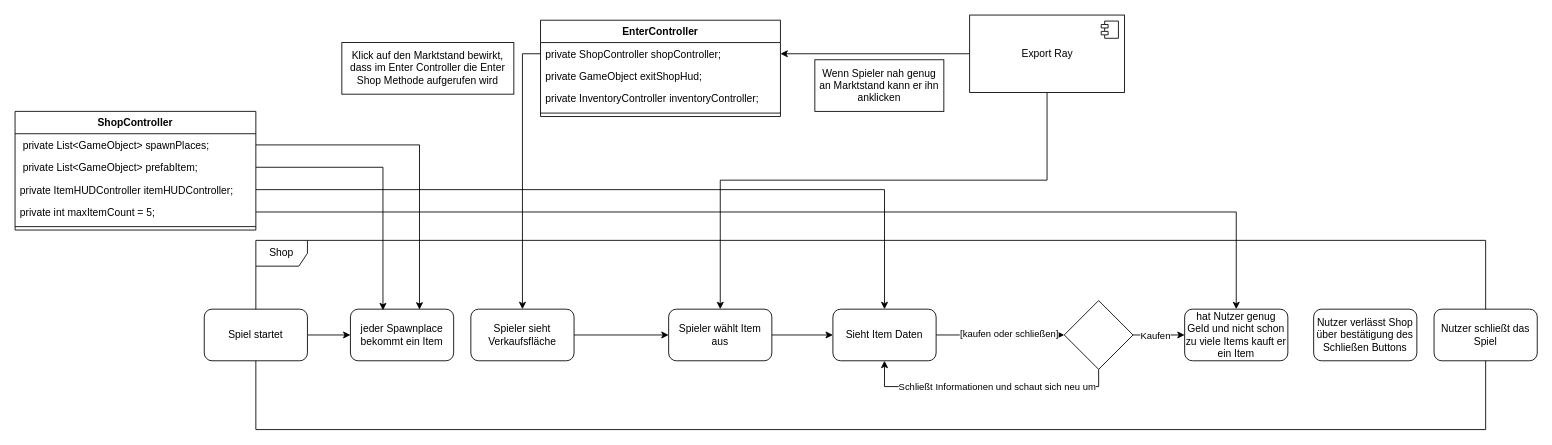
athaeck/AUREA keeps this draw.io diagram as Diagramms/Shopsystem.drawio. Above is the earlier version. Source tidied: cells renumbered, new cells numbered last; positions are measured from the earlier drawing's top-left corner, leaving out a move shared by most shapes. Both pictures are drawn from the tidied source at 86%, with x=0, y=0 at pixel (15, 15).
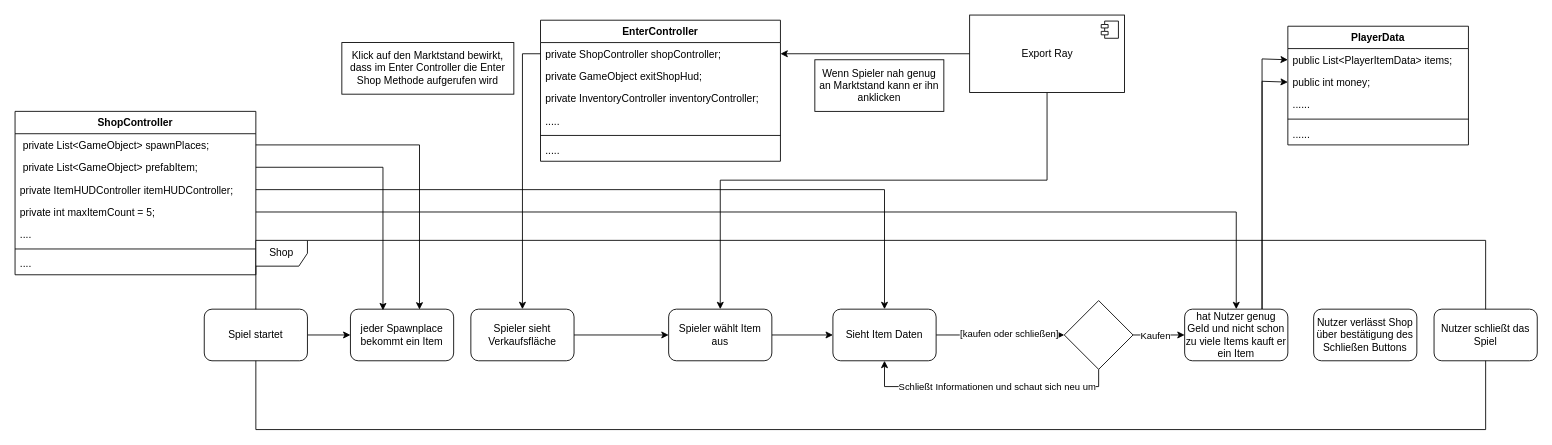
The same page after the edit.

The change refers to these unchanged cells:
```xml
<mxCell id="39" value="hat Nutzer genug Geld und nicht schon zu viele Items kauft er ein Item" style="rounded=1;whiteSpace=wrap;html=1;" parent="1" vertex="1">
  <mxGeometry x="1360" y="342" width="120" height="60" as="geometry" />
</mxCell>
```

What changed in the source:
```diff
@@
     <mxCell id="2" value="ShopController" style="swimlane;fontStyle=1;align=center;verticalAlign=top;horizontal=1;startSize=26;" parent="1" vertex="1">
-      <mxGeometry y="112" width="280" height="138" as="geometry" />
+      <mxGeometry y="112" width="280" height="190" as="geometry" />
     </mxCell>
@@
+    <mxCell id="43" value="...." style="text;strokeColor=none;fillColor=none;align=left;verticalAlign=top;spacingLeft=4;spacingRight=4;overflow=hidden;" parent="2" vertex="1">
+      <mxGeometry y="130" width="280" height="26" as="geometry" />
+    </mxCell>
     <mxCell id="7" style="line;strokeWidth=1;fillColor=none;align=left;verticalAlign=middle;spacingTop=-1;spacingLeft=3;spacingRight=3;labelPosition=right;" parent="2" vertex="1">
-      <mxGeometry y="130" width="280" height="8" as="geometry" />
+      <mxGeometry y="156" width="280" height="8" as="geometry" />
     </mxCell>
+    <mxCell id="44" value="...." style="text;strokeColor=none;fillColor=none;align=left;verticalAlign=top;spacingLeft=4;spacingRight=4;overflow=hidden;" parent="2" vertex="1">
+      <mxGeometry y="164" width="280" height="26" as="geometry" />
+    </mxCell>
     <mxCell id="8" value="EnterController" style="swimlane;fontStyle=1;align=center;verticalAlign=top;horizontal=1;startSize=26;" parent="1" vertex="1">
-      <mxGeometry x="611" y="6" width="279" height="112" as="geometry" />
+      <mxGeometry x="611" y="6" width="279" height="164" as="geometry" />
     </mxCell>
@@
+    <mxCell id="45" value="....." style="text;strokeColor=none;fillColor=none;align=left;verticalAlign=top;spacingLeft=4;spacingRight=4;overflow=hidden;" parent="8" vertex="1">
+      <mxGeometry y="104" width="279" height="26" as="geometry" />
+    </mxCell>
     <mxCell id="12" style="line;strokeWidth=1;fillColor=none;align=left;verticalAlign=middle;spacingTop=-1;spacingLeft=3;spacingRight=3;labelPosition=right;" parent="8" vertex="1">
-      <mxGeometry y="104" width="279" height="8" as="geometry" />
+      <mxGeometry y="130" width="279" height="8" as="geometry" />
     </mxCell>
+    <mxCell id="46" value="....." style="text;strokeColor=none;fillColor=none;align=left;verticalAlign=top;spacingLeft=4;spacingRight=4;overflow=hidden;" parent="8" vertex="1">
+      <mxGeometry y="138" width="279" height="26" as="geometry" />
+    </mxCell>
@@
+    <mxCell id="47" style="edgeStyle=orthogonalEdgeStyle;rounded=0;jettySize=auto;html=1;entryX=0;entryY=0.5;entryDx=0;entryDy=0;" parent="1" edge="1" source="39" target="50">
+      <mxGeometry relative="1" as="geometry">
+        <Array as="points">
+          <mxPoint x="1450" y="51" />
+        </Array>
+      </mxGeometry>
+    </mxCell>
+    <mxCell id="48" style="edgeStyle=orthogonalEdgeStyle;rounded=0;jettySize=auto;html=1;entryX=0;entryY=0.5;entryDx=0;entryDy=0;" parent="1" edge="1" source="39" target="51">
+      <mxGeometry relative="1" as="geometry">
+        <Array as="points">
+          <mxPoint x="1450" y="77" />
+        </Array>
+      </mxGeometry>
+    </mxCell>
@@
+    <mxCell id="49" value="PlayerData" style="swimlane;fontStyle=1;align=center;verticalAlign=top;horizontal=1;startSize=26;" parent="1" vertex="1">
+      <mxGeometry x="1480" y="13" width="210" height="138" as="geometry" />
+    </mxCell>
+    <mxCell id="50" value="public List&lt;PlayerItemData&gt; items;" style="text;strokeColor=none;fillColor=none;align=left;verticalAlign=top;spacingLeft=4;spacingRight=4;overflow=hidden;points=[[0,0.5],[1,0.5]];portConstraint=eastwest;" parent="49" vertex="1">
+      <mxGeometry y="26" width="210" height="26" as="geometry" />
+    </mxCell>
+    <mxCell id="51" value="public int money;" style="text;strokeColor=none;fillColor=none;align=left;verticalAlign=top;spacingLeft=4;spacingRight=4;overflow=hidden;points=[[0,0.5],[1,0.5]];portConstraint=eastwest;" parent="49" vertex="1">
+      <mxGeometry y="52" width="210" height="26" as="geometry" />
+    </mxCell>
+    <mxCell id="52" value="......" style="text;strokeColor=none;fillColor=none;align=left;verticalAlign=top;spacingLeft=4;spacingRight=4;overflow=hidden;" parent="49" vertex="1">
+      <mxGeometry y="78" width="210" height="26" as="geometry" />
+    </mxCell>
+    <mxCell id="53" style="line;strokeWidth=1;fillColor=none;align=left;verticalAlign=middle;spacingTop=-1;spacingLeft=3;spacingRight=3;labelPosition=right;" parent="49" vertex="1">
+      <mxGeometry y="104" width="210" height="8" as="geometry" />
+    </mxCell>
+    <mxCell id="54" value="......" style="text;strokeColor=none;fillColor=none;align=left;verticalAlign=top;spacingLeft=4;spacingRight=4;overflow=hidden;" parent="49" vertex="1">
+      <mxGeometry y="112" width="210" height="26" as="geometry" />
+    </mxCell>
```
